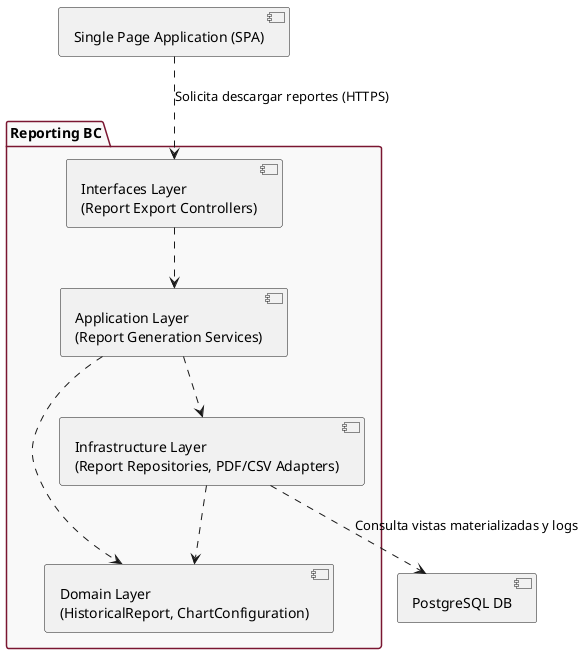
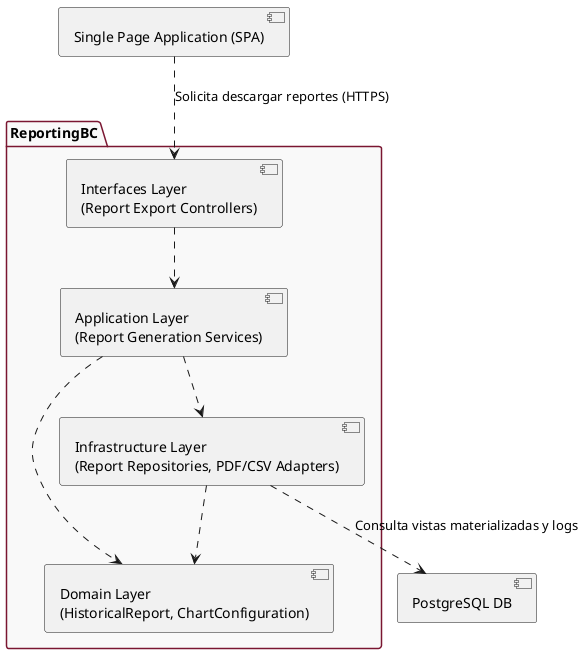
- @startuml "Capas- Reporting BC"
+ @startuml "Capas- ReportingBC"
skinparam componentStyle uml2
skinparam package {
  BackgroundColor #F9F9F9
  BorderColor #7A1631
}


- package "Reporting BC" {
+ package "ReportingBC" {

  component [Domain Layer\n(HistoricalReport, ChartConfiguration)] as Domain

  component [Application Layer\n(Report Generation Services)] as Application

  component [Interfaces Layer\n(Report Export Controllers)] as Interfaces

  component [Infrastructure Layer\n(Report Repositories, PDF/CSV Adapters)] as Infra

  Interfaces ..> Application
  Application ..> Domain
  Application ..> Infra
  Infra ..> Domain
}

[Single Page Application (SPA)] ..> Interfaces : "Solicita descargar reportes (HTTPS)"
Infra ..> [PostgreSQL DB] : "Consulta vistas materializadas y logs"

@enduml
